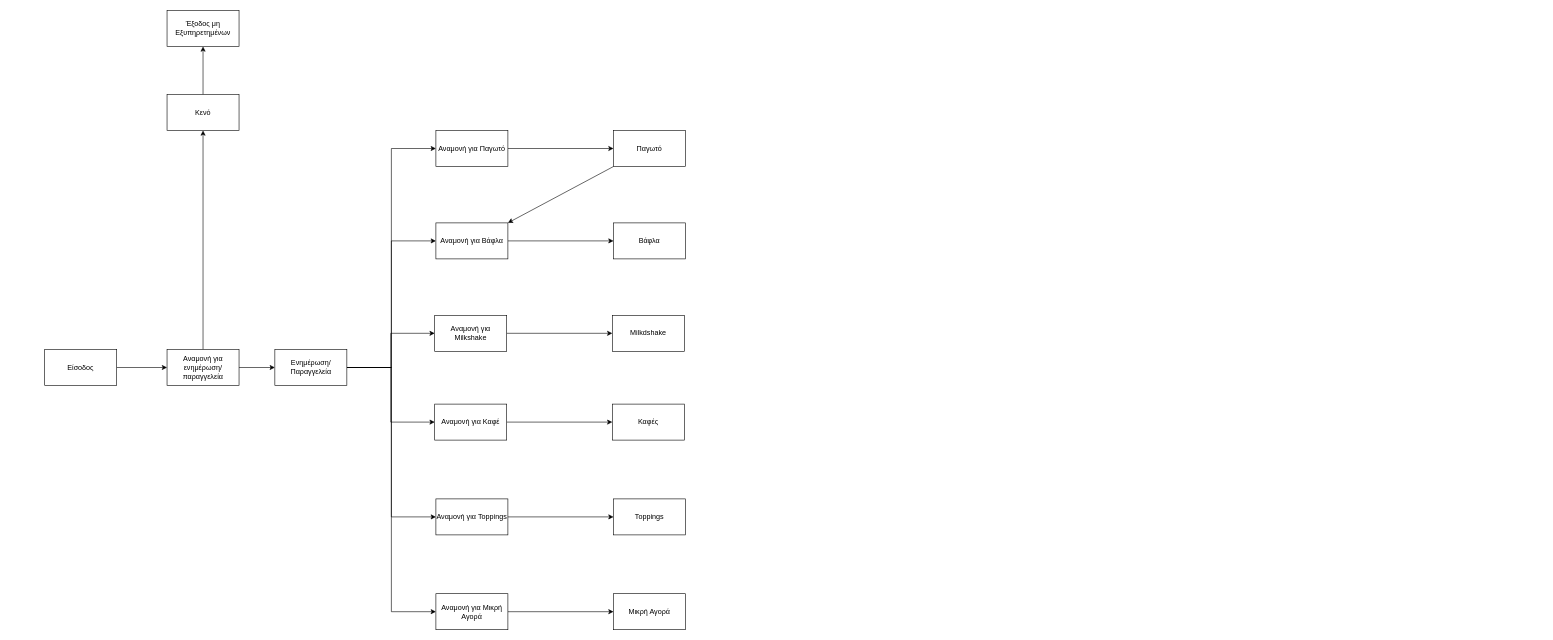
GeorgiaPapag/Simlutaor keeps this draw.io diagram as page "ΔΚΔ-Προσομοίωση" (1 of 2) of ΔΚΔ.drawio. Above is the earlier version. Source tidied: cells renumbered, new cells numbered last; positions are measured from the earlier drawing's top-left corner, leaving out a move shared by most shapes. Both pictures are drawn from the tidied source at 60%, with x=0, y=0 at pixel (44, 10).
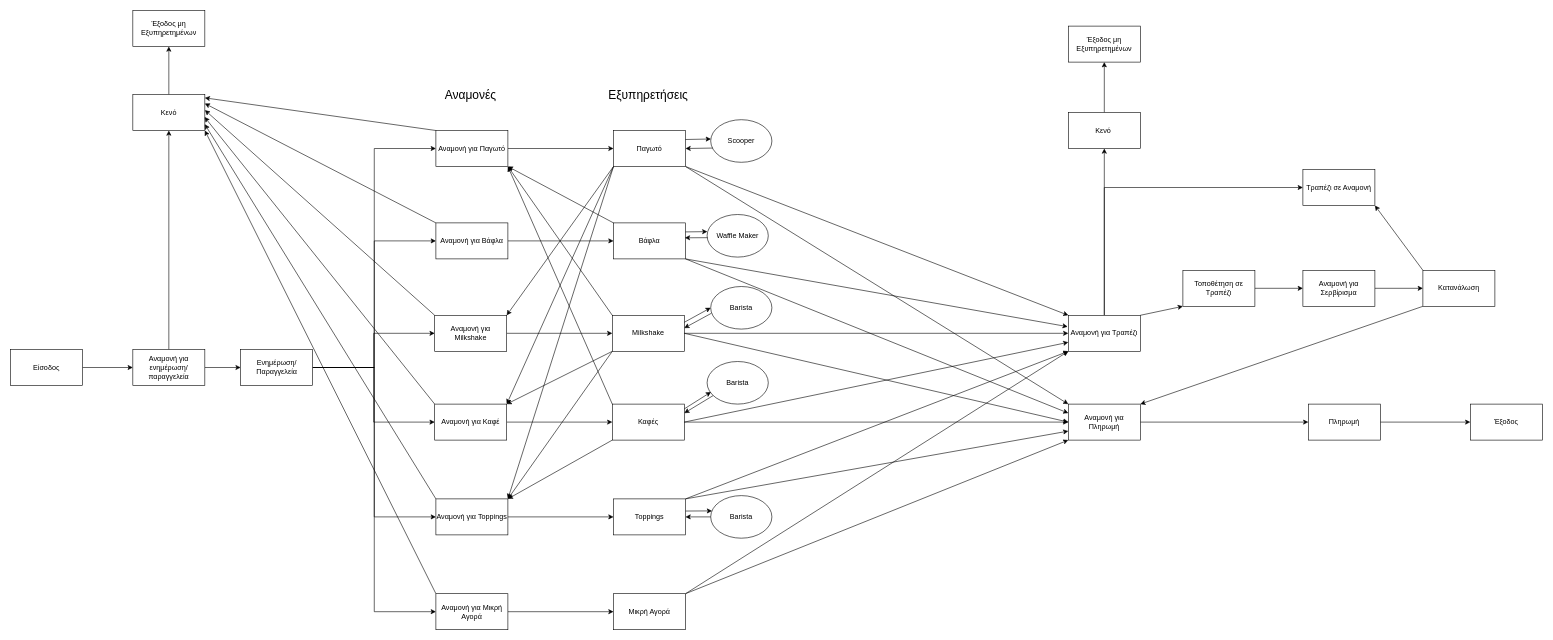
The same diagram, later.

Unchanged cells that the change refers to:
```xml
<mxCell id="15" value="Αναμονή για Milkshake" style="rounded=0;whiteSpace=wrap;html=1;" parent="1" vertex="1">
  <mxGeometry x="650" y="508" width="120" height="60" as="geometry" />
</mxCell>
<mxCell id="17" value="Αναμονή για Παγωτό" style="rounded=0;whiteSpace=wrap;html=1;" parent="1" vertex="1">
  <mxGeometry x="652" y="200" width="120" height="60" as="geometry" />
</mxCell>
<mxCell id="19" value="Αναμονή για Βάφλα" style="rounded=0;whiteSpace=wrap;html=1;" parent="1" vertex="1">
  <mxGeometry x="652" y="354" width="120" height="60" as="geometry" />
</mxCell>
<mxCell id="21" value="Αναμονή για Καφέ" style="rounded=0;whiteSpace=wrap;html=1;" parent="1" vertex="1">
  <mxGeometry x="650" y="656" width="120" height="60" as="geometry" />
</mxCell>
<mxCell id="23" value="Αναμονή για Toppings" style="rounded=0;whiteSpace=wrap;html=1;" parent="1" vertex="1">
  <mxGeometry x="652" y="814" width="120" height="60" as="geometry" />
</mxCell>
<mxCell id="25" value="Αναμονή για Μικρή Αγορά" style="rounded=0;whiteSpace=wrap;html=1;" parent="1" vertex="1">
  <mxGeometry x="652" y="972" width="120" height="60" as="geometry" />
</mxCell>
<mxCell id="27" value="Παγωτό" style="rounded=0;whiteSpace=wrap;html=1;" parent="1" vertex="1">
  <mxGeometry x="948" y="200" width="120" height="60" as="geometry" />
</mxCell>
<mxCell id="28" value="Βάφλα" style="rounded=0;whiteSpace=wrap;html=1;" parent="1" vertex="1">
  <mxGeometry x="948" y="354" width="120" height="60" as="geometry" />
</mxCell>
<mxCell id="29" value="Καφές" style="rounded=0;whiteSpace=wrap;html=1;" parent="1" vertex="1">
  <mxGeometry x="946" y="656" width="120" height="60" as="geometry" />
</mxCell>
<mxCell id="30" value="Toppings" style="rounded=0;whiteSpace=wrap;html=1;" parent="1" vertex="1">
  <mxGeometry x="948" y="814" width="120" height="60" as="geometry" />
</mxCell>
<mxCell id="31" value="Μικρή Αγορά" style="rounded=0;whiteSpace=wrap;html=1;" parent="1" vertex="1">
  <mxGeometry x="948" y="972" width="120" height="60" as="geometry" />
</mxCell>
```

Change to the diagram source:
```diff
@@
     <mxCell id="3" value="Είσοδος" style="rounded=0;whiteSpace=wrap;html=1;" parent="1" vertex="1">
-      <mxGeometry y="565" width="120" height="60" as="geometry" />
+      <mxGeometry x="-57" y="565" width="120" height="60" as="geometry" />
     </mxCell>
@@
     <mxCell id="6" value="Αναμονή για ενημέρωση/παραγγελεία" style="rounded=0;whiteSpace=wrap;html=1;" parent="1" vertex="1">
-      <mxGeometry x="203.9" y="565" width="120" height="60" as="geometry" />
+      <mxGeometry x="146.9" y="565" width="120" height="60" as="geometry" />
     </mxCell>
@@
     <mxCell id="13" value="Ενημέρωση/Παραγγελεία" style="rounded=0;whiteSpace=wrap;html=1;" parent="1" vertex="1">
-      <mxGeometry x="383.6" y="565" width="120" height="60" as="geometry" />
+      <mxGeometry x="326.6" y="565" width="120" height="60" as="geometry" />
     </mxCell>
@@
-    <mxCell id="26" value="Milkdshake" style="rounded=0;whiteSpace=wrap;html=1;" parent="1" vertex="1">
+    <mxCell id="26" value="Milkshake" style="rounded=0;whiteSpace=wrap;html=1;" parent="1" vertex="1">
       <mxGeometry x="946" y="508" width="120" height="60" as="geometry" />
     </mxCell>
@@
     <mxCell id="33" value="Κενό" style="whiteSpace=wrap;html=1;rounded=0;" parent="1" vertex="1">
-      <mxGeometry x="203.9" y="140" width="120" height="60" as="geometry" />
+      <mxGeometry x="146.9" y="140" width="120" height="60" as="geometry" />
     </mxCell>
     <mxCell id="34" value="Έξοδος μη Εξυπηρετημένων" style="whiteSpace=wrap;html=1;rounded=0;" parent="1" vertex="1">
-      <mxGeometry x="203.9" width="120" height="60" as="geometry" />
+      <mxGeometry x="146.9" width="120" height="60" as="geometry" />
     </mxCell>
-    <mxCell id="35" style="endArrow=none;html=1;rounded=0;entryX=0;entryY=1;entryDx=0;entryDy=0;exitX=1;exitY=0;exitDx=0;exitDy=0;startArrow=classic;startFill=1;endFill=0;" parent="1" edge="1" source="19" target="27">
+    <mxCell id="35" style="endArrow=none;html=1;rounded=0;entryX=0;entryY=1;entryDx=0;entryDy=0;exitX=1;exitY=0;exitDx=0;exitDy=0;startArrow=classic;startFill=1;endFill=0;" parent="1" edge="1" source="15" target="27">
       <mxGeometry relative="1" as="geometry" />
     </mxCell>
+    <mxCell id="36" style="endArrow=none;html=1;rounded=0;entryX=0;entryY=1;entryDx=0;entryDy=0;exitX=1;exitY=0;exitDx=0;exitDy=0;startArrow=classic;startFill=1;endFill=0;" parent="1" edge="1" source="21" target="27">
+      <mxGeometry relative="1" as="geometry" />
+    </mxCell>
+    <mxCell id="37" style="endArrow=none;html=1;rounded=0;entryX=0;entryY=1;entryDx=0;entryDy=0;exitX=1;exitY=0;exitDx=0;exitDy=0;startArrow=classic;startFill=1;endFill=0;" parent="1" edge="1" source="23" target="27">
+      <mxGeometry relative="1" as="geometry" />
+    </mxCell>
+    <mxCell id="38" style="endArrow=none;html=1;rounded=0;entryX=0;entryY=0;entryDx=0;entryDy=0;exitX=1;exitY=1;exitDx=0;exitDy=0;startArrow=classic;startFill=1;endFill=0;" parent="1" edge="1" source="17" target="28">
+      <mxGeometry relative="1" as="geometry" />
+    </mxCell>
+    <mxCell id="39" style="endArrow=none;html=1;rounded=0;entryX=0;entryY=0;entryDx=0;entryDy=0;exitX=1;exitY=1;exitDx=0;exitDy=0;startArrow=classic;startFill=1;endFill=0;" parent="1" edge="1" source="17" target="26">
+      <mxGeometry relative="1" as="geometry" />
+    </mxCell>
+    <mxCell id="40" style="endArrow=none;html=1;rounded=0;entryX=0;entryY=0;entryDx=0;entryDy=0;exitX=1;exitY=1;exitDx=0;exitDy=0;startArrow=classic;startFill=1;endFill=0;" parent="1" edge="1" source="17" target="29">
+      <mxGeometry relative="1" as="geometry" />
+    </mxCell>
+    <mxCell id="41" style="endArrow=none;html=1;rounded=0;entryX=0;entryY=1;entryDx=0;entryDy=0;exitX=1;exitY=0;exitDx=0;exitDy=0;startArrow=classic;startFill=1;endFill=0;" parent="1" edge="1" source="21" target="26">
+      <mxGeometry relative="1" as="geometry" />
+    </mxCell>
+    <mxCell id="42" style="endArrow=none;html=1;rounded=0;entryX=0;entryY=1;entryDx=0;entryDy=0;exitX=1;exitY=0;exitDx=0;exitDy=0;startArrow=classic;startFill=1;endFill=0;" parent="1" edge="1" source="23" target="26">
+      <mxGeometry relative="1" as="geometry" />
+    </mxCell>
+    <mxCell id="43" style="endArrow=none;html=1;rounded=0;entryX=0;entryY=1;entryDx=0;entryDy=0;exitX=1;exitY=0;exitDx=0;exitDy=0;startArrow=classic;startFill=1;endFill=0;" parent="1" edge="1" source="23" target="29">
+      <mxGeometry relative="1" as="geometry" />
+    </mxCell>
+    <mxCell id="44" style="edgeStyle=orthogonalEdgeStyle;rounded=0;jettySize=auto;html=1;" parent="1" edge="1" source="46" target="72">
+      <mxGeometry relative="1" as="geometry" />
+    </mxCell>
+    <mxCell id="45" style="edgeStyle=orthogonalEdgeStyle;rounded=0;jettySize=auto;html=1;entryX=0;entryY=0.5;entryDx=0;entryDy=0;" parent="1" edge="1" source="46" target="97">
+      <mxGeometry relative="1" as="geometry">
+        <Array as="points">
+          <mxPoint x="1766" y="295" />
+        </Array>
+      </mxGeometry>
+    </mxCell>
+    <mxCell id="46" value="Αναμονή για Τραπέζι" style="rounded=0;whiteSpace=wrap;html=1;" parent="1" vertex="1">
+      <mxGeometry x="1706" y="508" width="120" height="60" as="geometry" />
+    </mxCell>
+    <mxCell id="47" style="edgeStyle=orthogonalEdgeStyle;rounded=0;jettySize=auto;html=1;entryX=0;entryY=0.5;entryDx=0;entryDy=0;" parent="1" edge="1" source="48" target="62">
+      <mxGeometry relative="1" as="geometry" />
+    </mxCell>
+    <mxCell id="48" value="Αναμονή για Πληρωμή" style="rounded=0;whiteSpace=wrap;html=1;" parent="1" vertex="1">
+      <mxGeometry x="1706" y="656" width="120" height="60" as="geometry" />
+    </mxCell>
+    <mxCell id="49" style="endArrow=classic;html=1;rounded=0;exitX=1;exitY=1;exitDx=0;exitDy=0;entryX=0;entryY=0;entryDx=0;entryDy=0;" parent="1" edge="1" source="27" target="46">
+      <mxGeometry relative="1" as="geometry" />
+    </mxCell>
+    <mxCell id="50" style="endArrow=classic;html=1;rounded=0;exitX=1;exitY=1;exitDx=0;exitDy=0;entryX=0;entryY=0;entryDx=0;entryDy=0;" parent="1" edge="1" source="27" target="48">
+      <mxGeometry relative="1" as="geometry" />
+    </mxCell>
+    <mxCell id="51" style="endArrow=classic;html=1;rounded=0;exitX=1;exitY=1;exitDx=0;exitDy=0;entryX=-0.009;entryY=0.316;entryDx=0;entryDy=0;entryPerimeter=0;" parent="1" edge="1" source="28" target="46">
+      <mxGeometry relative="1" as="geometry" />
+    </mxCell>
+    <mxCell id="52" style="endArrow=classic;html=1;rounded=0;exitX=1;exitY=1;exitDx=0;exitDy=0;entryX=0;entryY=0.25;entryDx=0;entryDy=0;" parent="1" edge="1" source="28" target="48">
+      <mxGeometry relative="1" as="geometry" />
+    </mxCell>
+    <mxCell id="53" style="endArrow=classic;html=1;rounded=0;exitX=1;exitY=0.5;exitDx=0;exitDy=0;entryX=0;entryY=0.5;entryDx=0;entryDy=0;" parent="1" edge="1" source="26" target="46">
+      <mxGeometry relative="1" as="geometry" />
+    </mxCell>
+    <mxCell id="54" style="endArrow=classic;html=1;rounded=0;exitX=1;exitY=0.5;exitDx=0;exitDy=0;entryX=0;entryY=0.5;entryDx=0;entryDy=0;" parent="1" edge="1" source="26" target="48">
+      <mxGeometry relative="1" as="geometry" />
+    </mxCell>
+    <mxCell id="55" style="endArrow=classic;html=1;rounded=0;exitX=1;exitY=0.5;exitDx=0;exitDy=0;entryX=0;entryY=0.75;entryDx=0;entryDy=0;" parent="1" edge="1" source="29" target="46">
+      <mxGeometry relative="1" as="geometry" />
+    </mxCell>
+    <mxCell id="56" style="endArrow=classic;html=1;rounded=0;exitX=1;exitY=0.5;exitDx=0;exitDy=0;entryX=0;entryY=0.5;entryDx=0;entryDy=0;" parent="1" edge="1" source="29" target="48">
+      <mxGeometry relative="1" as="geometry" />
+    </mxCell>
+    <mxCell id="57" style="endArrow=classic;html=1;rounded=0;exitX=1;exitY=0;exitDx=0;exitDy=0;entryX=0;entryY=1;entryDx=0;entryDy=0;" parent="1" edge="1" source="30" target="46">
+      <mxGeometry relative="1" as="geometry" />
+    </mxCell>
+    <mxCell id="58" style="endArrow=classic;html=1;rounded=0;exitX=1;exitY=0;exitDx=0;exitDy=0;entryX=0;entryY=0.75;entryDx=0;entryDy=0;" parent="1" edge="1" source="30" target="48">
+      <mxGeometry relative="1" as="geometry" />
+    </mxCell>
+    <mxCell id="59" style="endArrow=classic;html=1;rounded=0;exitX=1;exitY=0;exitDx=0;exitDy=0;entryX=0;entryY=1;entryDx=0;entryDy=0;" parent="1" edge="1" source="31" target="46">
+      <mxGeometry relative="1" as="geometry" />
+    </mxCell>
+    <mxCell id="60" style="endArrow=classic;html=1;rounded=0;exitX=1;exitY=0;exitDx=0;exitDy=0;entryX=0;entryY=1;entryDx=0;entryDy=0;" parent="1" edge="1" source="31" target="48">
+      <mxGeometry relative="1" as="geometry" />
+    </mxCell>
+    <mxCell id="61" style="edgeStyle=orthogonalEdgeStyle;rounded=0;jettySize=auto;html=1;" parent="1" edge="1" source="62" target="63">
+      <mxGeometry relative="1" as="geometry" />
+    </mxCell>
+    <mxCell id="62" value="Πληρωμή" style="rounded=0;whiteSpace=wrap;html=1;" parent="1" vertex="1">
+      <mxGeometry x="2106" y="656" width="120" height="60" as="geometry" />
+    </mxCell>
+    <mxCell id="63" value="Έξοδος" style="rounded=0;whiteSpace=wrap;html=1;" parent="1" vertex="1">
+      <mxGeometry x="2376" y="656" width="120" height="60" as="geometry" />
+    </mxCell>
+    <mxCell id="64" style="edgeStyle=orthogonalEdgeStyle;rounded=0;jettySize=auto;html=1;" parent="1" edge="1" source="65" target="67">
+      <mxGeometry relative="1" as="geometry" />
+    </mxCell>
+    <mxCell id="65" value="Τοποθέτηση σε Τραπέζι" style="rounded=0;whiteSpace=wrap;html=1;" parent="1" vertex="1">
+      <mxGeometry x="1897" y="433" width="120" height="60" as="geometry" />
+    </mxCell>
+    <mxCell id="66" style="edgeStyle=orthogonalEdgeStyle;rounded=0;jettySize=auto;html=1;" parent="1" edge="1" source="67" target="68">
+      <mxGeometry relative="1" as="geometry" />
+    </mxCell>
+    <mxCell id="67" value="Αναμονή για Σερβίρισμα" style="rounded=0;whiteSpace=wrap;html=1;" parent="1" vertex="1">
+      <mxGeometry x="2097" y="433" width="120" height="60" as="geometry" />
+    </mxCell>
+    <mxCell id="68" value="Κατανάλωση" style="rounded=0;whiteSpace=wrap;html=1;" parent="1" vertex="1">
+      <mxGeometry x="2297" y="433" width="120" height="60" as="geometry" />
+    </mxCell>
+    <mxCell id="69" style="endArrow=classic;html=1;rounded=0;exitX=0;exitY=1;exitDx=0;exitDy=0;entryX=1;entryY=0;entryDx=0;entryDy=0;" parent="1" edge="1" source="68" target="48">
+      <mxGeometry relative="1" as="geometry" />
+    </mxCell>
+    <mxCell id="70" style="endArrow=classic;html=1;rounded=0;exitX=1;exitY=0;exitDx=0;exitDy=0;entryX=0;entryY=1;entryDx=0;entryDy=0;" parent="1" edge="1" source="46" target="65">
+      <mxGeometry relative="1" as="geometry" />
+    </mxCell>
+    <mxCell id="71" style="edgeStyle=orthogonalEdgeStyle;rounded=0;jettySize=auto;html=1;entryX=0.5;entryY=1;entryDx=0;entryDy=0;" parent="1" edge="1" source="72" target="73">
+      <mxGeometry relative="1" as="geometry" />
+    </mxCell>
+    <mxCell id="72" value="Κενό&amp;nbsp;" style="rounded=0;whiteSpace=wrap;html=1;" parent="1" vertex="1">
+      <mxGeometry x="1706" y="170" width="120" height="60" as="geometry" />
+    </mxCell>
+    <mxCell id="73" value="Έξοδος μη Εξυπηρετημένων" style="whiteSpace=wrap;html=1;rounded=0;" parent="1" vertex="1">
+      <mxGeometry x="1706" y="26" width="120" height="60" as="geometry" />
+    </mxCell>
+    <mxCell id="74" style="endArrow=none;html=1;rounded=0;entryX=0;entryY=0;entryDx=0;entryDy=0;exitX=0.999;exitY=0.093;exitDx=0;exitDy=0;startArrow=classic;startFill=1;endFill=0;exitPerimeter=0;" parent="1" edge="1" source="33" target="17">
+      <mxGeometry relative="1" as="geometry" />
+    </mxCell>
+    <mxCell id="75" style="endArrow=none;html=1;rounded=0;entryX=0;entryY=0;entryDx=0;entryDy=0;exitX=1;exitY=0.25;exitDx=0;exitDy=0;startArrow=classic;startFill=1;endFill=0;" parent="1" edge="1" source="33" target="19">
+      <mxGeometry relative="1" as="geometry" />
+    </mxCell>
+    <mxCell id="76" style="endArrow=none;html=1;rounded=0;entryX=0;entryY=0;entryDx=0;entryDy=0;startArrow=classic;startFill=1;endFill=0;exitX=1.001;exitY=0.434;exitDx=0;exitDy=0;exitPerimeter=0;" parent="1" edge="1" source="33" target="15">
+      <mxGeometry relative="1" as="geometry" />
+    </mxCell>
+    <mxCell id="77" style="endArrow=none;html=1;rounded=0;entryX=0;entryY=0;entryDx=0;entryDy=0;exitX=0.996;exitY=0.626;exitDx=0;exitDy=0;startArrow=classic;startFill=1;endFill=0;exitPerimeter=0;" parent="1" edge="1" source="33" target="21">
+      <mxGeometry relative="1" as="geometry" />
+    </mxCell>
+    <mxCell id="78" style="endArrow=none;html=1;rounded=0;entryX=0;entryY=0;entryDx=0;entryDy=0;exitX=0.999;exitY=0.825;exitDx=0;exitDy=0;startArrow=classic;startFill=1;endFill=0;exitPerimeter=0;" parent="1" edge="1" source="33" target="23">
+      <mxGeometry relative="1" as="geometry" />
+    </mxCell>
+    <mxCell id="79" style="endArrow=none;html=1;rounded=0;entryX=0;entryY=0;entryDx=0;entryDy=0;exitX=1;exitY=1;exitDx=0;exitDy=0;startArrow=classic;startFill=1;endFill=0;" parent="1" edge="1" source="33" target="25">
+      <mxGeometry relative="1" as="geometry" />
+    </mxCell>
+    <mxCell id="80" value="&lt;font style=&quot;font-size: 20px;&quot;&gt;Αναμονές&lt;/font&gt;" style="rounded=0;whiteSpace=wrap;html=1;fillColor=default;gradientColor=none;opacity=0;" parent="1" vertex="1">
+      <mxGeometry x="650" y="110" width="120" height="60" as="geometry" />
+    </mxCell>
+    <mxCell id="81" value="&lt;font style=&quot;font-size: 20px;&quot;&gt;Εξυπηρετήσεις&lt;/font&gt;" style="rounded=0;whiteSpace=wrap;html=1;opacity=0;" parent="1" vertex="1">
+      <mxGeometry x="946" y="110" width="120" height="60" as="geometry" />
+    </mxCell>
+    <mxCell id="82" value="Scooper" style="ellipse;whiteSpace=wrap;html=1;" parent="1" vertex="1">
+      <mxGeometry x="1110" y="182" width="102" height="71" as="geometry" />
+    </mxCell>
+    <mxCell id="83" style="endArrow=classic;html=1;rounded=0;exitX=1;exitY=0.25;exitDx=0;exitDy=0;entryX=0.004;entryY=0.453;entryDx=0;entryDy=0;entryPerimeter=0;" parent="1" edge="1" source="27" target="82">
+      <mxGeometry relative="1" as="geometry" />
+    </mxCell>
+    <mxCell id="84" style="endArrow=classic;html=1;rounded=0;exitX=0.034;exitY=0.666;exitDx=0;exitDy=0;exitPerimeter=0;entryX=1;entryY=0.5;entryDx=0;entryDy=0;" parent="1" edge="1" source="82" target="27">
+      <mxGeometry relative="1" as="geometry" />
+    </mxCell>
+    <mxCell id="85" value="Waffle Maker" style="ellipse;whiteSpace=wrap;html=1;" parent="1" vertex="1">
+      <mxGeometry x="1104" y="340" width="102" height="71" as="geometry" />
+    </mxCell>
+    <mxCell id="86" style="endArrow=classic;html=1;rounded=0;exitX=1;exitY=0.25;exitDx=0;exitDy=0;entryX=0.004;entryY=0.402;entryDx=0;entryDy=0;entryPerimeter=0;" parent="1" edge="1" source="28" target="85">
+      <mxGeometry relative="1" as="geometry" />
+    </mxCell>
+    <mxCell id="87" style="endArrow=classic;html=1;rounded=0;exitX=0.008;exitY=0.544;exitDx=0;exitDy=0;entryX=0.991;entryY=0.414;entryDx=0;entryDy=0;entryPerimeter=0;exitPerimeter=0;" parent="1" edge="1" source="85" target="28">
+      <mxGeometry relative="1" as="geometry" />
+    </mxCell>
+    <mxCell id="88" value="Barista" style="ellipse;whiteSpace=wrap;html=1;" parent="1" vertex="1">
+      <mxGeometry x="1110" y="460" width="102" height="71" as="geometry" />
+    </mxCell>
+    <mxCell id="89" style="endArrow=classic;html=1;rounded=0;exitX=1;exitY=0.194;exitDx=0;exitDy=0;entryX=0;entryY=0.5;entryDx=0;entryDy=0;exitPerimeter=0;" parent="1" edge="1" source="26" target="88">
+      <mxGeometry relative="1" as="geometry" />
+    </mxCell>
+    <mxCell id="90" style="endArrow=classic;html=1;rounded=0;exitX=0.012;exitY=0.628;exitDx=0;exitDy=0;entryX=1;entryY=0.354;entryDx=0;entryDy=0;entryPerimeter=0;exitPerimeter=0;" parent="1" edge="1" source="88" target="26">
+      <mxGeometry relative="1" as="geometry" />
+    </mxCell>
+    <mxCell id="91" value="Barista" style="ellipse;whiteSpace=wrap;html=1;" parent="1" vertex="1">
+      <mxGeometry x="1104" y="585" width="102" height="71" as="geometry" />
+    </mxCell>
+    <mxCell id="92" style="endArrow=classic;html=1;rounded=0;exitX=1;exitY=0.133;exitDx=0;exitDy=0;entryX=0.063;entryY=0.717;entryDx=0;entryDy=0;exitPerimeter=0;entryPerimeter=0;" parent="1" edge="1" source="29" target="91">
+      <mxGeometry relative="1" as="geometry" />
+    </mxCell>
+    <mxCell id="93" style="endArrow=classic;html=1;rounded=0;exitX=0.098;exitY=0.801;exitDx=0;exitDy=0;entryX=1;entryY=0.25;entryDx=0;entryDy=0;exitPerimeter=0;" parent="1" edge="1" source="91" target="29">
+      <mxGeometry relative="1" as="geometry" />
+    </mxCell>
+    <mxCell id="94" value="Barista" style="ellipse;whiteSpace=wrap;html=1;" parent="1" vertex="1">
+      <mxGeometry x="1110" y="808.5" width="102" height="71" as="geometry" />
+    </mxCell>
+    <mxCell id="95" style="endArrow=classic;html=1;rounded=0;exitX=1.002;exitY=0.337;exitDx=0;exitDy=0;entryX=0.022;entryY=0.359;entryDx=0;entryDy=0;entryPerimeter=0;exitPerimeter=0;" parent="1" edge="1" source="30" target="94">
+      <mxGeometry relative="1" as="geometry" />
+    </mxCell>
+    <mxCell id="96" style="endArrow=classic;html=1;rounded=0;exitX=0;exitY=0.5;exitDx=0;exitDy=0;entryX=1;entryY=0.5;entryDx=0;entryDy=0;" parent="1" edge="1" source="94" target="30">
+      <mxGeometry relative="1" as="geometry" />
+    </mxCell>
+    <mxCell id="97" value="Τραπέζι σε Αναμονή" style="rounded=0;whiteSpace=wrap;html=1;" parent="1" vertex="1">
+      <mxGeometry x="2097" y="265" width="120" height="60" as="geometry" />
+    </mxCell>
+    <mxCell id="98" style="endArrow=classic;html=1;rounded=0;entryX=1;entryY=1;entryDx=0;entryDy=0;exitX=0;exitY=0;exitDx=0;exitDy=0;" parent="1" edge="1" source="68" target="97">
+      <mxGeometry relative="1" as="geometry" />
+    </mxCell>
```
